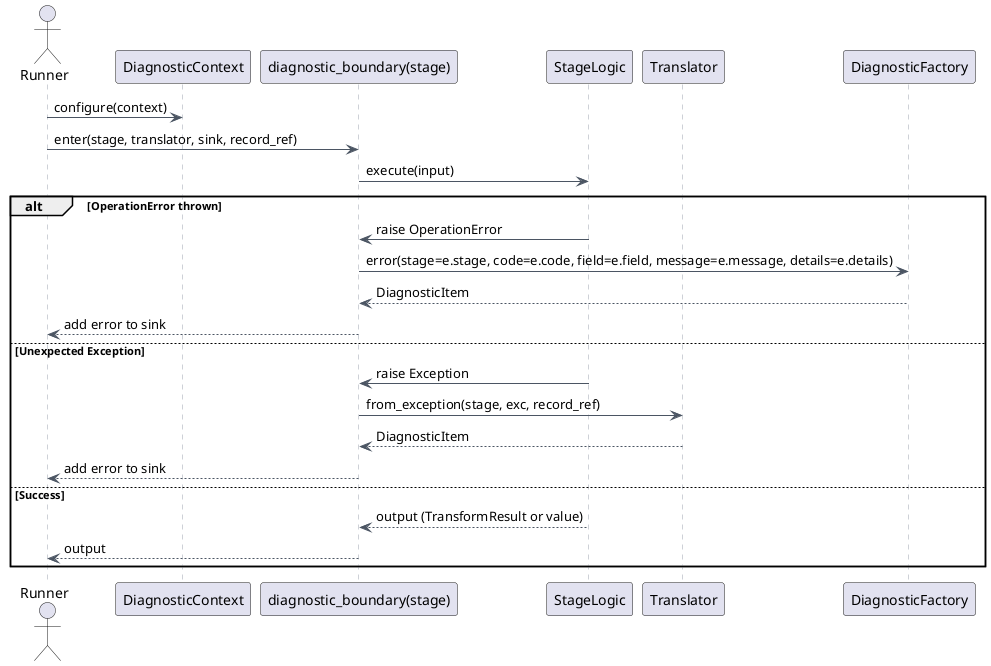
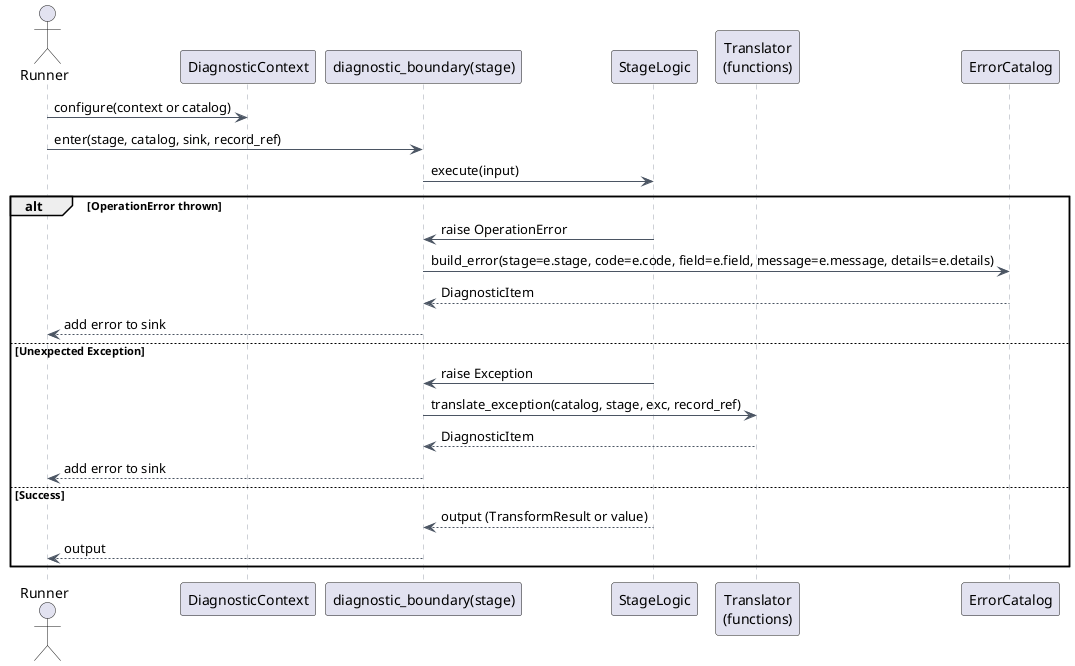
@startuml
skinparam backgroundColor white
skinparam linetype ortho
skinparam defaultFontName Arial
skinparam SequenceArrowColor #4b5563
skinparam SequenceLifeLineBorderColor #9ca3af
actor Runner as R
- participant "DiagnosticContext" as C
+ participant "DiagnosticContext" as Ctx
participant "diagnostic_boundary(stage)" as B
participant "StageLogic" as S
- participant "Translator" as T
- participant "DiagnosticFactory" as F
+ participant "Translator\n(functions)" as T
+ participant "ErrorCatalog" as Cat

- R -> C : configure(context)
- R -> B : enter(stage, translator, sink, record_ref)
+ R -> Ctx : configure(context or catalog)
+ R -> B : enter(stage, catalog, sink, record_ref)
B -> S : execute(input)

alt OperationError thrown
  S -> B : raise OperationError
-   B -> F : error(stage=e.stage, code=e.code, field=e.field, message=e.message, details=e.details)
-   F --> B : DiagnosticItem
+   B -> Cat : build_error(stage=e.stage, code=e.code, field=e.field, message=e.message, details=e.details)
+   Cat --> B : DiagnosticItem
  B --> R : add error to sink
else Unexpected Exception
  S -> B : raise Exception
-   B -> T : from_exception(stage, exc, record_ref)
+   B -> T : translate_exception(catalog, stage, exc, record_ref)
  T --> B : DiagnosticItem
  B --> R : add error to sink
else Success
  S --> B : output (TransformResult or value)
  B --> R : output
end
@enduml
